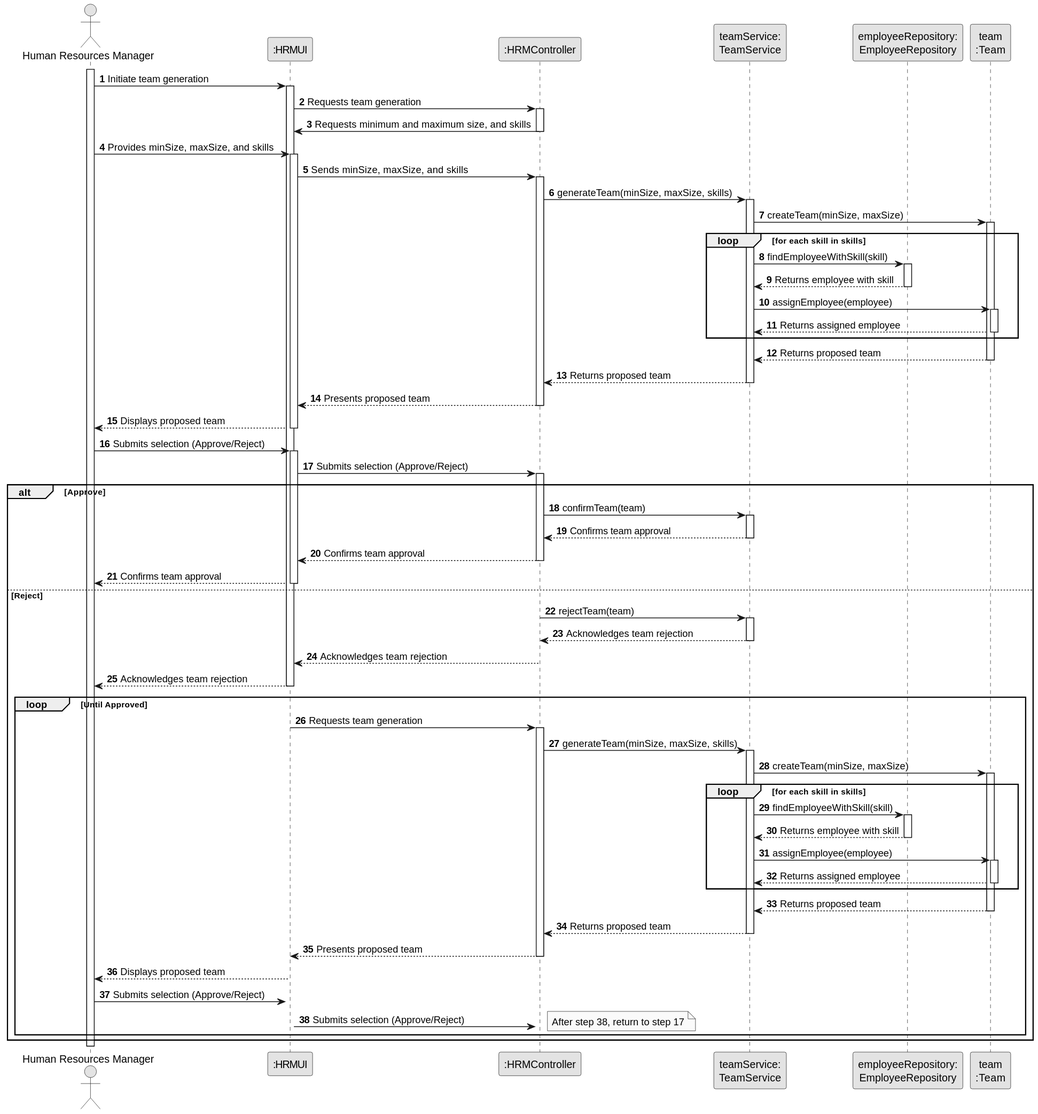
This is docs/sprintB/us005/03.design/svg/us05-sequence-diagram-full.svg from Mendoncaa/LAPR2, a PlantUML export, as it was before one commit. Its diagram source:
```plantuml
@startuml
skinparam monochrome true
skinparam packageStyle rectangle
skinparam shadowing false

autonumber

actor "Human Resources Manager" as HRM
participant ":HRMUI" as HRMUI
participant ":HRMController" as HRMController
participant "teamService:\nTeamService" as TeamService
participant "employeeRepository:\nEmployeeRepository" as EmployeeRepository
participant "team\n:Team" as Team

activate HRM

HRM -> HRMUI : Initiate team generation
activate HRMUI

HRMUI -> HRMController : Requests team generation
activate HRMController

HRMController -> HRMUI : Requests minimum and maximum size, and skills
deactivate HRMController

HRM -> HRMUI : Provides minSize, maxSize, and skills
activate HRMUI

HRMUI -> HRMController : Sends minSize, maxSize, and skills
activate HRMController

HRMController -> TeamService : generateTeam(minSize, maxSize, skills)
activate TeamService

TeamService -> Team : createTeam(minSize, maxSize)
activate Team

loop for each skill in skills
    TeamService -> EmployeeRepository : findEmployeeWithSkill(skill)
    activate EmployeeRepository

    EmployeeRepository --> TeamService : Returns employee with skill
    deactivate EmployeeRepository

    TeamService -> Team : assignEmployee(employee)
    activate Team

    Team --> TeamService : Returns assigned employee
    deactivate Team
end

Team --> TeamService : Returns proposed team
deactivate Team

TeamService --> HRMController : Returns proposed team
deactivate TeamService

HRMController --> HRMUI : Presents proposed team
deactivate HRMController

HRMUI --> HRM : Displays proposed team
deactivate HRMUI

HRM -> HRMUI : Submits selection (Approve/Reject)
activate HRMUI

HRMUI -> HRMController : Submits selection (Approve/Reject)
activate HRMController

alt Approve
    HRMController -> TeamService : confirmTeam(team)
    activate TeamService

    TeamService --> HRMController : Confirms team approval
    deactivate TeamService

    HRMController --> HRMUI : Confirms team approval
    deactivate HRMController

    HRMUI --> HRM : Confirms team approval
    deactivate HRMUI

else Reject


    HRMController -> TeamService : rejectTeam(team)
    activate TeamService

    TeamService --> HRMController : Acknowledges team rejection
    deactivate TeamService

    HRMController --> HRMUI : Acknowledges team rejection
    deactivate HRMController

    HRMUI --> HRM : Acknowledges team rejection
    deactivate HRMUI

    loop Until Approved
        HRMUI -> HRMController : Requests team generation
        activate HRMController

        HRMController -> TeamService : generateTeam(minSize, maxSize, skills)
        activate TeamService

        TeamService -> Team : createTeam(minSize, maxSize)
        activate Team

        loop for each skill in skills
            TeamService -> EmployeeRepository : findEmployeeWithSkill(skill)
            activate EmployeeRepository

            EmployeeRepository --> TeamService : Returns employee with skill
            deactivate EmployeeRepository

            TeamService -> Team : assignEmployee(employee)
            activate Team

            Team --> TeamService : Returns assigned employee
            deactivate Team
        end

        Team --> TeamService : Returns proposed team
        deactivate Team

        TeamService --> HRMController : Returns proposed team
        deactivate TeamService

        HRMController --> HRMUI : Presents proposed team
        deactivate HRMController

        HRMUI --> HRM : Displays proposed team
        deactivate HRMUI

        HRM -> HRMUI : Submits selection (Approve/Reject)
        activate HRMUI

        HRMUI -> HRMController : Submits selection (Approve/Reject)
        activate HRMController

        note right: After step 38, return to step 17

    end loop

end loop
@enduml
```
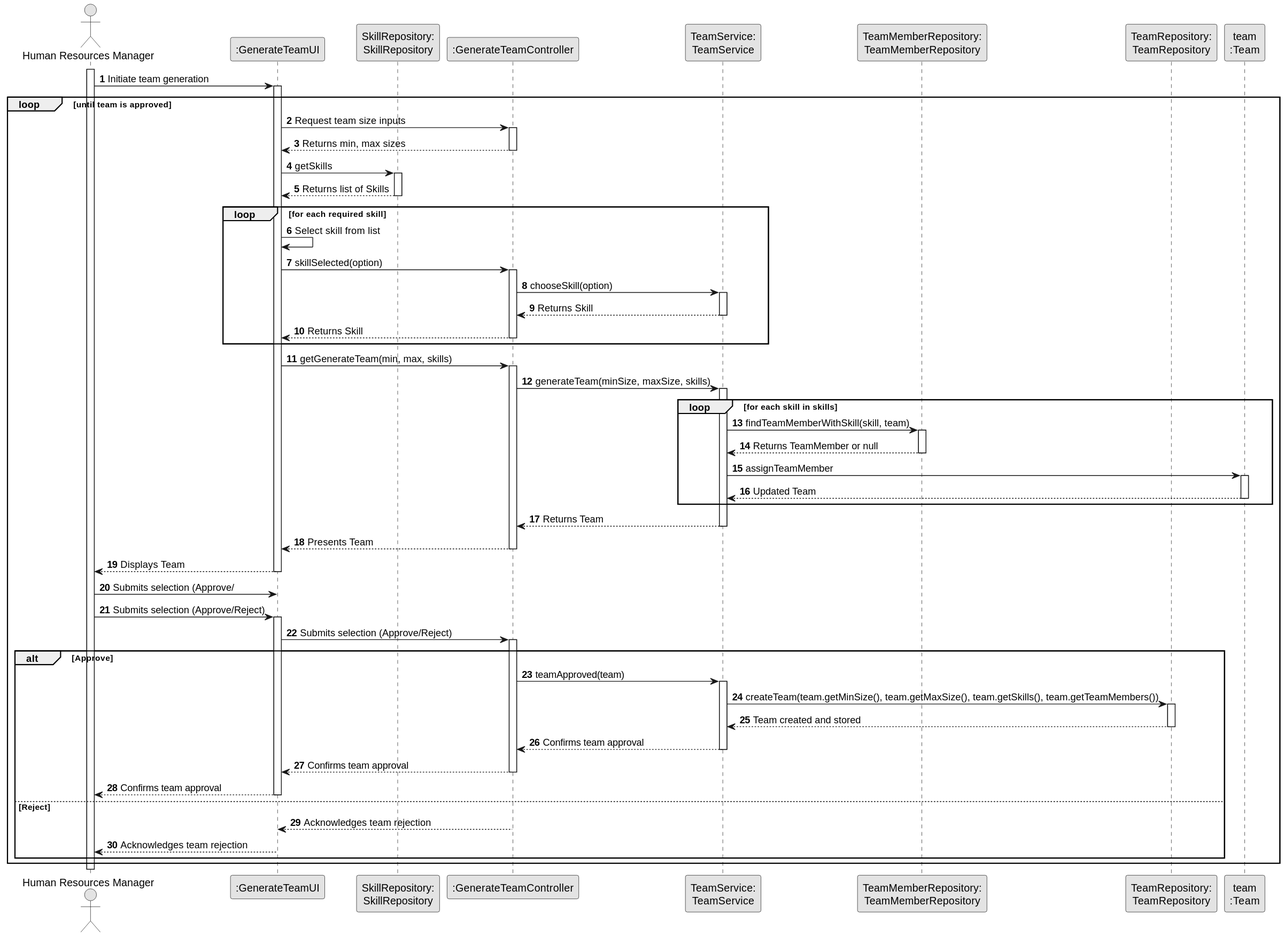
After the change.

Change to the diagram source:
```diff
@@ -6,140 +6,119 @@
 autonumber
 
 actor "Human Resources Manager" as HRM
-participant ":HRMUI" as HRMUI
-participant ":HRMController" as HRMController
-participant "teamService:\nTeamService" as TeamService
-participant "employeeRepository:\nEmployeeRepository" as EmployeeRepository
+participant ":GenerateTeamUI" as GenerateTeamUI
+participant "SkillRepository:\nSkillRepository" as SkillRepository
+participant ":GenerateTeamController" as GenerateTeamController
+participant "TeamService:\nTeamService" as TeamService
+participant "TeamMemberRepository:\nTeamMemberRepository" as TeamMemberRepository
+participant "TeamRepository:\nTeamRepository" as TeamRepository
 participant "team\n:Team" as Team
 
 activate HRM
 
-HRM -> HRMUI : Initiate team generation
-activate HRMUI
+HRM -> GenerateTeamUI : Initiate team generation
+activate GenerateTeamUI
 
-HRMUI -> HRMController : Requests team generation
-activate HRMController
+loop until team is approved
 
-HRMController -> HRMUI : Requests minimum and maximum size, and skills
-deactivate HRMController
+    GenerateTeamUI -> GenerateTeamController : Request team size inputs
+    activate GenerateTeamController
 
-HRM -> HRMUI : Provides minSize, maxSize, and skills
-activate HRMUI
+    GenerateTeamController --> GenerateTeamUI : Returns min, max sizes
+    deactivate GenerateTeamController
 
-HRMUI -> HRMController : Sends minSize, maxSize, and skills
-activate HRMController
 
-HRMController -> TeamService : generateTeam(minSize, maxSize, skills)
-activate TeamService
+    GenerateTeamUI -> SkillRepository : getSkills
+    activate SkillRepository
 
-TeamService -> Team : createTeam(minSize, maxSize)
-activate Team
+    SkillRepository --> GenerateTeamUI : Returns list of Skills
+    deactivate SkillRepository
 
-loop for each skill in skills
-    TeamService -> EmployeeRepository : findEmployeeWithSkill(skill)
-    activate EmployeeRepository
 
-    EmployeeRepository --> TeamService : Returns employee with skill
-    deactivate EmployeeRepository
+    loop for each required skill
+        GenerateTeamUI -> GenerateTeamUI : Select skill from list
+        GenerateTeamUI -> GenerateTeamController : skillSelected(option)
+        activate GenerateTeamController
 
-    TeamService -> Team : assignEmployee(employee)
-    activate Team
+        GenerateTeamController -> TeamService : chooseSkill(option)
+        activate TeamService
 
-    Team --> TeamService : Returns assigned employee
-    deactivate Team
-end
+        TeamService --> GenerateTeamController : Returns Skill
+        deactivate TeamService
 
-Team --> TeamService : Returns proposed team
-deactivate Team
+        GenerateTeamController --> GenerateTeamUI : Returns Skill
+        deactivate GenerateTeamController
+    end
 
-TeamService --> HRMController : Returns proposed team
-deactivate TeamService
 
-HRMController --> HRMUI : Presents proposed team
-deactivate HRMController
+    GenerateTeamUI -> GenerateTeamController : getGenerateTeam(min, max, skills)
+    activate GenerateTeamController
 
-HRMUI --> HRM : Displays proposed team
-deactivate HRMUI
-
-HRM -> HRMUI : Submits selection (Approve/Reject)
-activate HRMUI
-
-HRMUI -> HRMController : Submits selection (Approve/Reject)
-activate HRMController
-
-alt Approve
-    HRMController -> TeamService : confirmTeam(team)
+    GenerateTeamController -> TeamService : generateTeam(minSize, maxSize, skills)
     activate TeamService
 
-    TeamService --> HRMController : Confirms team approval
+
+    loop for each skill in skills
+        TeamService -> TeamMemberRepository : findTeamMemberWithSkill(skill, team)
+        activate TeamMemberRepository
+
+        TeamMemberRepository --> TeamService : Returns TeamMember or null
+        deactivate TeamMemberRepository
+
+
+        TeamService -> Team : assignTeamMember
+        activate Team
+
+        Team --> TeamService : Updated Team
+        deactivate Team
+    end
+
+    TeamService --> GenerateTeamController : Returns Team
     deactivate TeamService
 
-    HRMController --> HRMUI : Confirms team approval
-    deactivate HRMController
+    GenerateTeamController --> GenerateTeamUI : Presents Team
+    deactivate GenerateTeamController
 
-    HRMUI --> HRM : Confirms team approval
-    deactivate HRMUI
-
-else Reject
+    GenerateTeamUI --> HRM : Displays Team
+    deactivate GenerateTeamUI
 
 
-    HRMController -> TeamService : rejectTeam(team)
-    activate TeamService
+    HRM -> GenerateTeamUI : Submits selection (Approve/
 
-    TeamService --> HRMController : Acknowledges team rejection
-    deactivate TeamService
 
-    HRMController --> HRMUI : Acknowledges team rejection
-    deactivate HRMController
 
-    HRMUI --> HRM : Acknowledges team rejection
-    deactivate HRMUI
+    HRM -> GenerateTeamUI : Submits selection (Approve/Reject)
+    activate GenerateTeamUI
 
-    loop Until Approved
-        HRMUI -> HRMController : Requests team generation
-        activate HRMController
+    GenerateTeamUI -> GenerateTeamController : Submits selection (Approve/Reject)
+    activate GenerateTeamController
 
-        HRMController -> TeamService : generateTeam(minSize, maxSize, skills)
+    alt Approve
+        GenerateTeamController -> TeamService : teamApproved(team)
         activate TeamService
 
-        TeamService -> Team : createTeam(minSize, maxSize)
-        activate Team
 
-        loop for each skill in skills
-            TeamService -> EmployeeRepository : findEmployeeWithSkill(skill)
-            activate EmployeeRepository
+        TeamService -> TeamRepository : createTeam(team.getMinSize(), team.getMaxSize(), team.getSkills(), team.getTeamMembers())
+        activate TeamRepository
 
-            EmployeeRepository --> TeamService : Returns employee with skill
-            deactivate EmployeeRepository
+        TeamRepository --> TeamService : Team created and stored
+        deactivate TeamRepository
 
-            TeamService -> Team : assignEmployee(employee)
-            activate Team
-
-            Team --> TeamService : Returns assigned employee
-            deactivate Team
-        end
-
-        Team --> TeamService : Returns proposed team
-        deactivate Team
-
-        TeamService --> HRMController : Returns proposed team
+        TeamService --> GenerateTeamController : Confirms team approval
         deactivate TeamService
 
-        HRMController --> HRMUI : Presents proposed team
-        deactivate HRMController
+        GenerateTeamController --> GenerateTeamUI : Confirms team approval
+        deactivate GenerateTeamController
 
-        HRMUI --> HRM : Displays proposed team
-        deactivate HRMUI
+        GenerateTeamUI --> HRM : Confirms team approval
+        deactivate GenerateTeamUI
+    else Reject
 
-        HRM -> HRMUI : Submits selection (Approve/Reject)
-        activate HRMUI
+        GenerateTeamController --> GenerateTeamUI : Acknowledges team rejection
+        deactivate GenerateTeamController
 
-        HRMUI -> HRMController : Submits selection (Approve/Reject)
-        activate HRMController
-
-        note right: After step 38, return to step 17
-
-    end loop
-
-end loop
+        GenerateTeamUI --> HRM : Acknowledges team rejection
+        deactivate GenerateTeamUI
+    end
+end
 @enduml
```
